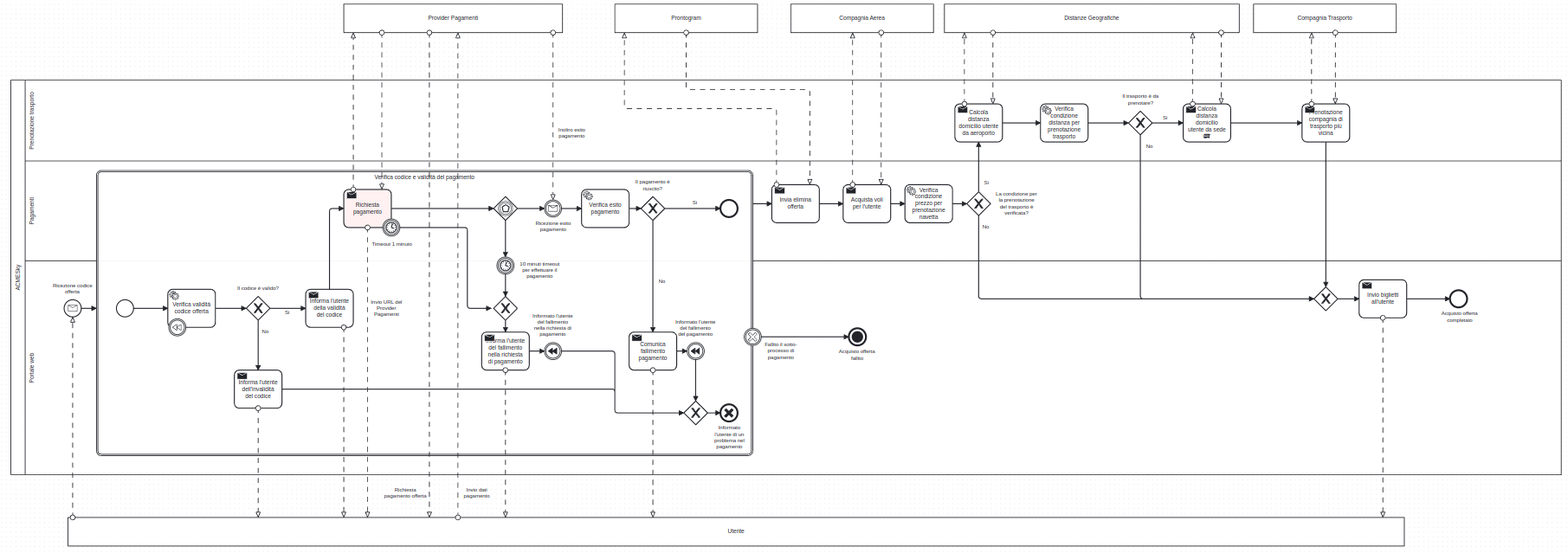
Earlier version of the BPMN export docs/assets/bpmn/AcquistoOfferta.png (kocierik/ACMEsky). Its source is kept beside it as src/ACMESky/camunda/bpmn/AcquistoOfferta.bpmn. Ids are renumbered.
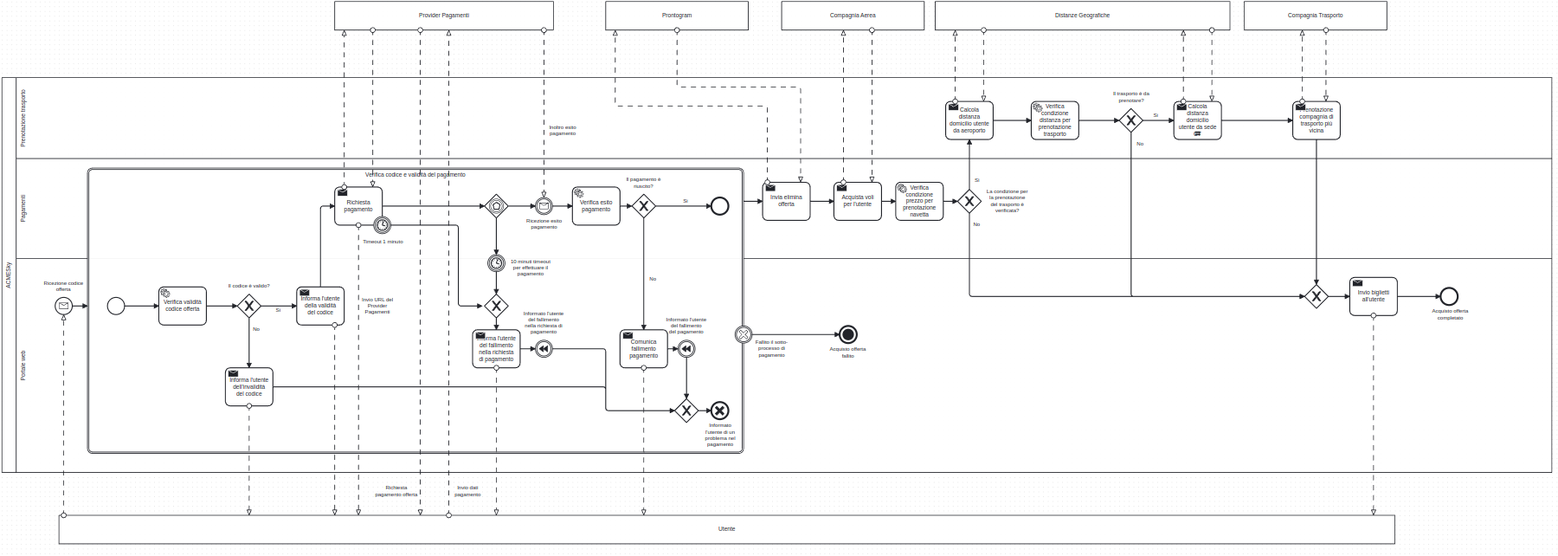
The same file after the commit.

What changed in the source:
```diff
@@ -154,9 +154,6 @@
       <bpmn:sequenceFlow id="Flow_n49" name="Si" sourceRef="payment-succeeded" targetRef="Event_n54">
         <bpmn:conditionExpression xsi:type="bpmn:tFormalExpression">${payment_status_validity}</bpmn:conditionExpression>
       </bpmn:sequenceFlow>
-      <bpmn:boundaryEvent id="rollback-verify-offer-code-validity" attachedToRef="verify-offer-code-validity">
-        <bpmn:compensateEventDefinition id="CompensateEventDefinition_n55" />
-      </bpmn:boundaryEvent>
       <bpmn:boundaryEvent id="timeout-payment-request" name="Timeout 1 minuto" attachedToRef="payment-request">
         <bpmn:outgoing>Flow_n56</bpmn:outgoing>
         <bpmn:timerEventDefinition id="TimerEventDefinition_n57">
@@ -327,9 +324,6 @@
       <bpmndi:BPMNShape id="Lane_n25_di" bpmnElement="Lane_n25" isHorizontal="true">
         <dc:Bounds x="190" y="410" width="3230" height="210" />
       </bpmndi:BPMNShape>
-      <bpmndi:BPMNShape id="Gateway_n27_di" bpmnElement="Gateway_n27" isMarkerVisible="true">
-        <dc:Bounds x="2900" y="675" width="50" height="50" />
-      </bpmndi:BPMNShape>
       <bpmndi:BPMNShape id="Activity_0zcnc9s_di" bpmnElement="check-code-verify-payment" isExpanded="true">
         <dc:Bounds x="340" y="430" width="1380" height="600" />
       </bpmndi:BPMNShape>
@@ -353,6 +347,12 @@
       </bpmndi:BPMNShape>
       <bpmndi:BPMNShape id="Gateway_0lsc2n2_di" bpmnElement="gateway-payment-or-timeout">
         <dc:Bounds x="1175" y="485" width="50" height="50" />
+      </bpmndi:BPMNShape>
+      <bpmndi:BPMNShape id="Event_14gtdny_di" bpmnElement="timeout-request-payment">
+        <dc:Bounds x="1182" y="612" width="36" height="36" />
+        <bpmndi:BPMNLabel>
+          <dc:Bounds x="1230" y="620" width="84" height="40" />
+        </bpmndi:BPMNLabel>
       </bpmndi:BPMNShape>
       <bpmndi:BPMNShape id="Activity_0owoisy_di" bpmnElement="send-timeout-request-payment">
         <dc:Bounds x="1150" y="770" width="100" height="80" />
@@ -405,20 +405,11 @@
       <bpmndi:BPMNShape id="Gateway_n51_di" bpmnElement="Gateway_n51" isMarkerVisible="true">
         <dc:Bounds x="1175" y="695" width="50" height="50" />
       </bpmndi:BPMNShape>
-      <bpmndi:BPMNShape id="Event_14gtdny_di" bpmnElement="timeout-request-payment">
-        <dc:Bounds x="1182" y="612" width="36" height="36" />
-        <bpmndi:BPMNLabel>
-          <dc:Bounds x="1230" y="620" width="84" height="40" />
-        </bpmndi:BPMNLabel>
-      </bpmndi:BPMNShape>
       <bpmndi:BPMNShape id="Event_00vfozf_di" bpmnElement="timeout-payment-request">
         <dc:Bounds x="942" y="532" width="36" height="36" />
         <bpmndi:BPMNLabel>
           <dc:Bounds x="919" y="578" width="84" height="14" />
         </bpmndi:BPMNLabel>
-      </bpmndi:BPMNShape>
-      <bpmndi:BPMNShape id="Event_0wtn9r8_di" bpmnElement="rollback-verify-offer-code-validity">
-        <dc:Bounds x="492" y="742" width="36" height="36" />
       </bpmndi:BPMNShape>
       <bpmndi:BPMNEdge id="Flow_n32_di" bpmnElement="Flow_n32">
         <di:waypoint x="590" y="720" />
@@ -578,6 +569,9 @@
         <dc:Bounds x="1760" y="460" width="100" height="80" />
         <bpmndi:BPMNLabel />
       </bpmndi:BPMNShape>
+      <bpmndi:BPMNShape id="Gateway_n27_di" bpmnElement="Gateway_n27" isMarkerVisible="true">
+        <dc:Bounds x="2900" y="675" width="50" height="50" />
+      </bpmndi:BPMNShape>
       <bpmndi:BPMNShape id="Event_1qg7ra4_di" bpmnElement="payment-sub-process-failed">
         <dc:Bounds x="1702" y="762" width="36" height="36" />
         <bpmndi:BPMNLabel>
@@ -605,14 +599,6 @@
         <di:waypoint x="2195" y="370" />
         <bpmndi:BPMNLabel>
           <dc:Bounds x="2206" y="450" width="11" height="14" />
-        </bpmndi:BPMNLabel>
-      </bpmndi:BPMNEdge>
-      <bpmndi:BPMNEdge id="Flow_n80_di" bpmnElement="Flow_n80">
-        <di:waypoint x="2195" y="525" />
-        <di:waypoint x="2195" y="700" />
-        <di:waypoint x="2900" y="700" />
-        <bpmndi:BPMNLabel>
-          <dc:Bounds x="2203" y="542" width="15" height="14" />
         </bpmndi:BPMNLabel>
       </bpmndi:BPMNEdge>
       <bpmndi:BPMNEdge id="Flow_n70_di" bpmnElement="Flow_n70">
@@ -657,6 +643,14 @@
       <bpmndi:BPMNEdge id="Flow_n81_di" bpmnElement="Flow_n81">
         <di:waypoint x="1860" y="500" />
         <di:waypoint x="1910" y="500" />
+      </bpmndi:BPMNEdge>
+      <bpmndi:BPMNEdge id="Flow_n80_di" bpmnElement="Flow_n80">
+        <di:waypoint x="2195" y="525" />
+        <di:waypoint x="2195" y="700" />
+        <di:waypoint x="2900" y="700" />
+        <bpmndi:BPMNLabel>
+          <dc:Bounds x="2203" y="542" width="15" height="14" />
+        </bpmndi:BPMNLabel>
       </bpmndi:BPMNEdge>
       <bpmndi:BPMNEdge id="Flow_n76_di" bpmnElement="Flow_n76">
         <di:waypoint x="2950" y="700" />
```
